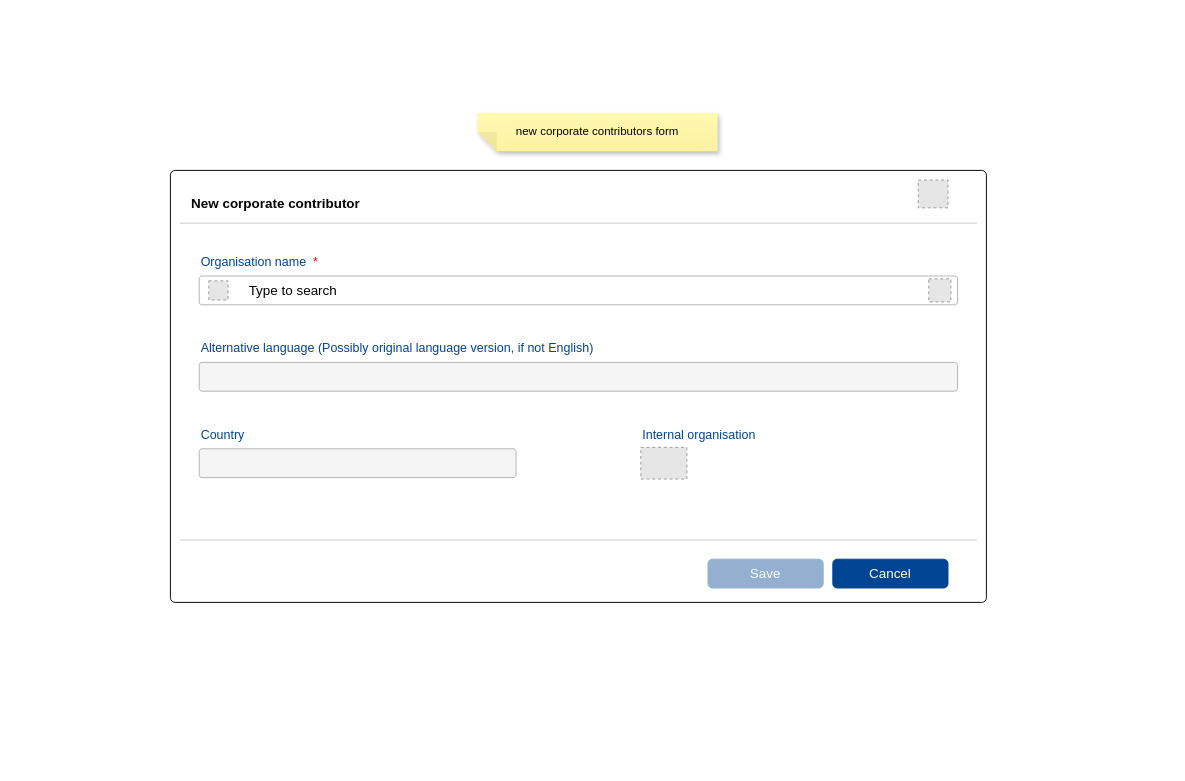
RyszardBudzinski/PUBSY_mockups keeps this draw.io diagram as page "Page-New_corporate _contributor" (6 of 14) of test_corporate_contributors.drawio. Above is the earlier version. Source tidied: cells renumbered, new cells numbered last; positions are measured from the earlier drawing's top-left corner, leaving out a move shared by most shapes. Both pictures are drawn from the tidied source at 96%, with x=0, y=0 at pixel (16, 16). Pictures stored in the file or linked from it are replaced by grey dashed boxes.
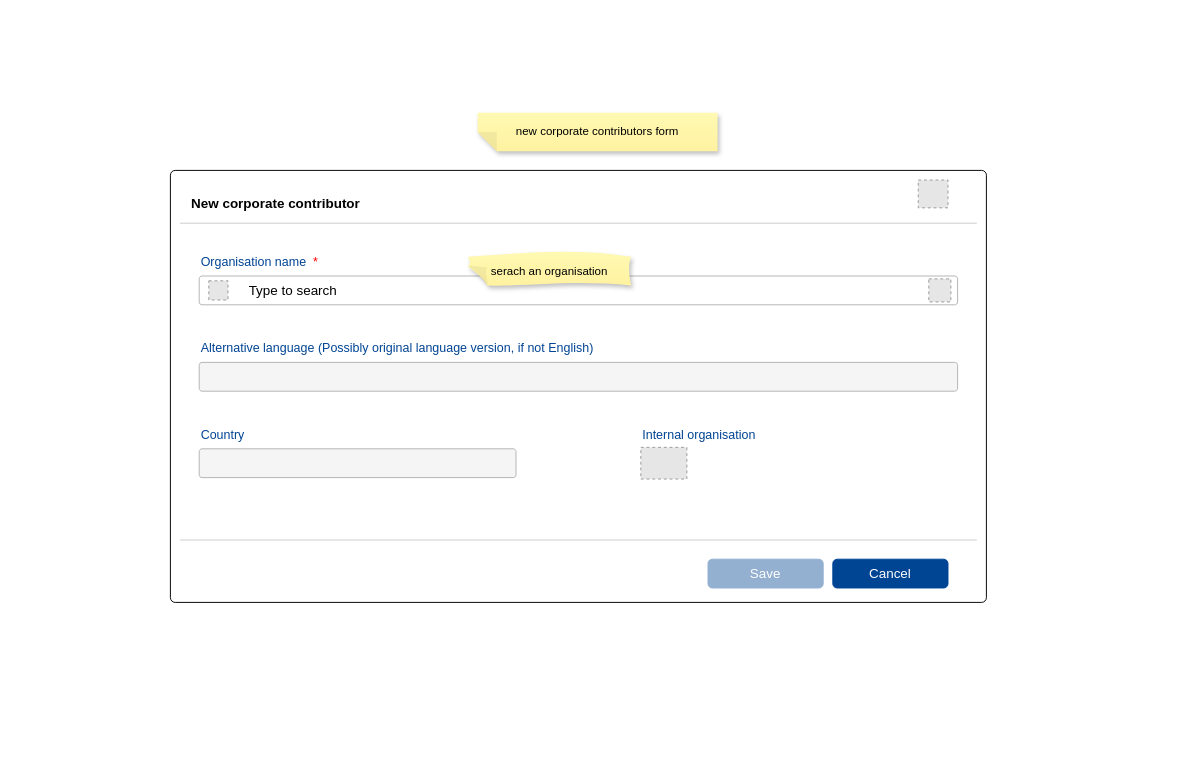
The same page after the edit.

What changed in the source:
```diff
@@
+    <mxCell id="21" value="serach an organisation" style="shape=note;whiteSpace=wrap;html=1;backgroundOutline=1;fontColor=#000000;darkOpacity=0.05;fillColor=#FFF9B2;strokeColor=none;fillStyle=solid;direction=west;gradientDirection=north;gradientColor=#FFF2A1;shadow=1;size=20;sketch=1;curveFitting=1;jiggle=2;" parent="1" vertex="1">
+      <mxGeometry x="470" y="250" width="170" height="30" as="geometry" />
+    </mxCell>
```
